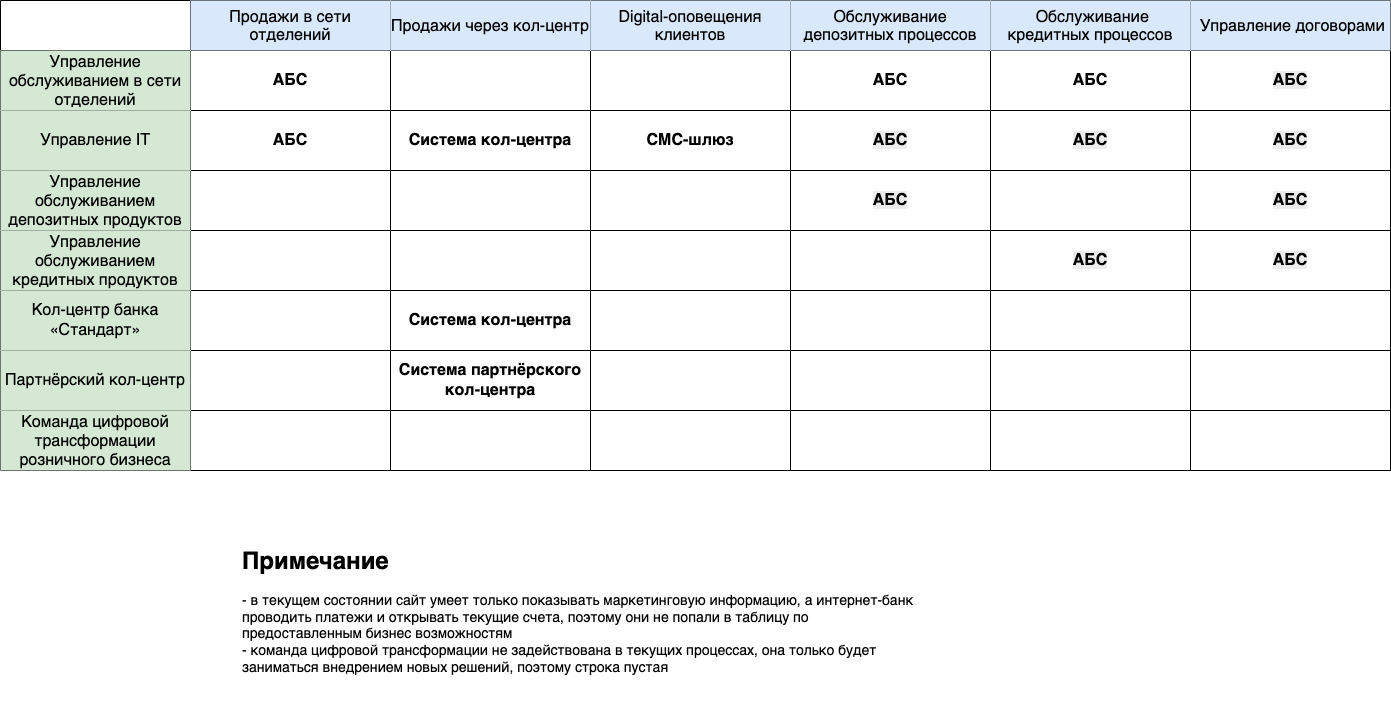
Above: Task1/it-landscape.png in vakovtunenko/architecture-standart (draw.io), before the change. Source tidied: cells renumbered, new cells last; positions are measured from the earlier drawing's top-left corner, leaving out a move shared by most shapes.
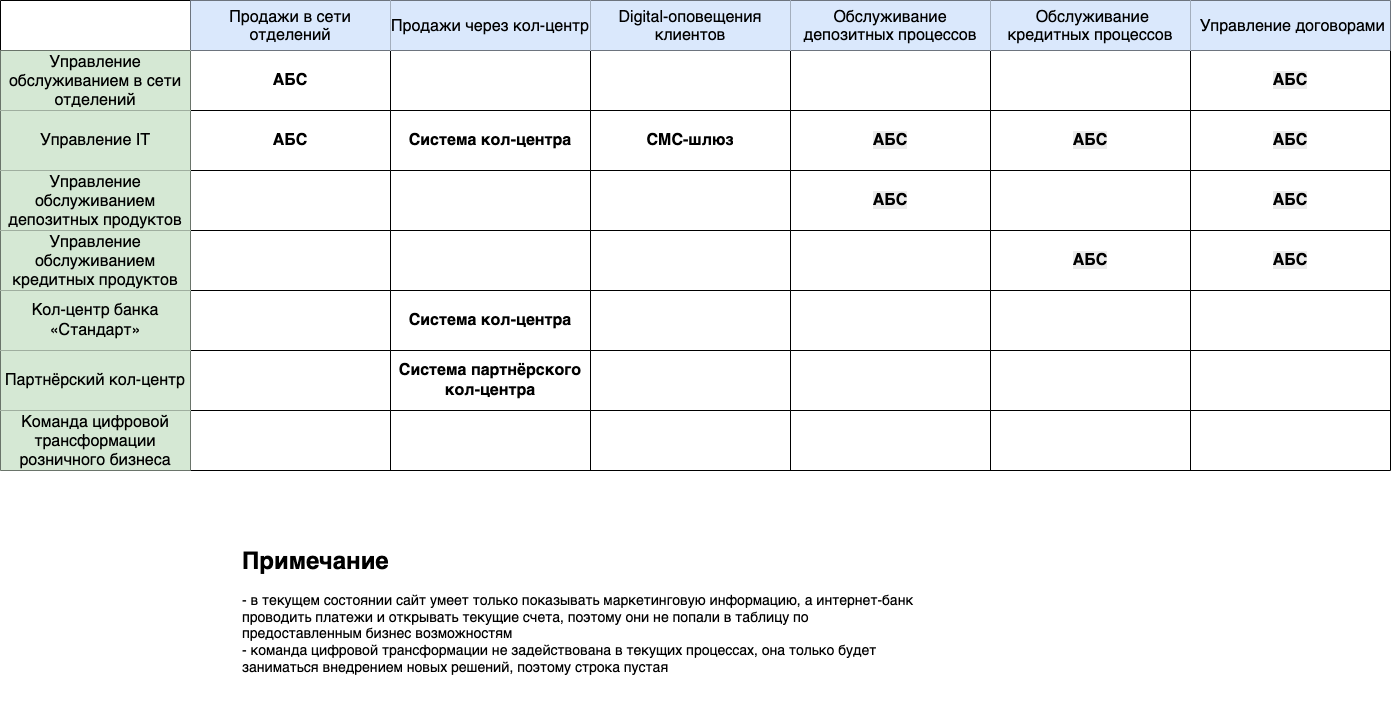
After the change.

The edit, as a diff of the source:
```diff
@@ -44,10 +44,10 @@
     <mxCell id="15" style="shape=partialRectangle;html=1;whiteSpace=wrap;strokeColor=inherit;overflow=hidden;fillColor=none;top=0;left=0;bottom=0;right=0;fontSize=16;align=center;verticalAlign=middle;fontFamily=Helvetica;" parent="11" vertex="1">
       <mxGeometry x="590" width="200" height="60" as="geometry" />
     </mxCell>
-    <mxCell id="16" value="&lt;b&gt;АБС&lt;/b&gt;" style="shape=partialRectangle;html=1;whiteSpace=wrap;strokeColor=inherit;overflow=hidden;fillColor=none;top=0;left=0;bottom=0;right=0;fontSize=16;align=center;verticalAlign=middle;fontFamily=Helvetica;" parent="11" vertex="1">
+    <mxCell id="16" style="shape=partialRectangle;html=1;whiteSpace=wrap;strokeColor=inherit;overflow=hidden;fillColor=none;top=0;left=0;bottom=0;right=0;fontSize=16;align=center;verticalAlign=middle;fontFamily=Helvetica;" parent="11" vertex="1">
       <mxGeometry x="790" width="200" height="60" as="geometry" />
     </mxCell>
-    <mxCell id="17" value="&lt;b&gt;АБС&lt;/b&gt;" style="shape=partialRectangle;html=1;whiteSpace=wrap;strokeColor=inherit;overflow=hidden;fillColor=none;top=0;left=0;bottom=0;right=0;fontSize=16;align=center;verticalAlign=middle;fontFamily=Helvetica;" parent="11" vertex="1">
+    <mxCell id="17" style="shape=partialRectangle;html=1;whiteSpace=wrap;strokeColor=inherit;overflow=hidden;fillColor=none;top=0;left=0;bottom=0;right=0;fontSize=16;align=center;verticalAlign=middle;fontFamily=Helvetica;" parent="11" vertex="1">
       <mxGeometry x="990" width="200" height="60" as="geometry" />
     </mxCell>
     <mxCell id="18" value="&lt;meta charset=&quot;utf-8&quot;&gt;&lt;b style=&quot;forced-color-adjust: none; color: rgb(0, 0, 0); font-family: Helvetica; font-size: 16px; font-style: normal; font-variant-ligatures: normal; font-variant-caps: normal; letter-spacing: normal; orphans: 2; text-align: center; text-indent: 0px; text-transform: none; widows: 2; word-spacing: 0px; -webkit-text-stroke-width: 0px; white-space: normal; background-color: rgb(236, 236, 236); text-decoration-thickness: initial; text-decoration-style: initial; text-decoration-color: initial;&quot;&gt;АБС&lt;/b&gt;" style="shape=partialRectangle;html=1;whiteSpace=wrap;strokeColor=inherit;overflow=hidden;fillColor=none;top=0;left=0;bottom=0;right=0;fontSize=16;align=center;verticalAlign=middle;fontFamily=Helvetica;" parent="11" vertex="1">
```
